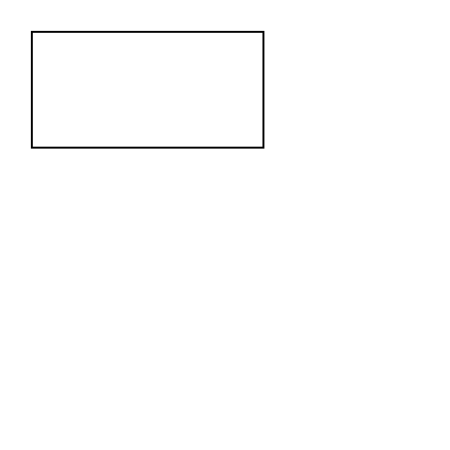
This is 未命名绘图.drawio from pzdogjs/testDraw2, a draw.io file, before an edit. Source tidied: cells renumbered, new cells numbered last; positions are measured from the earlier drawing's top-left corner, leaving out a move shared by most shapes. Both pictures are drawn from the tidied source at 193%, with x=0, y=0 at pixel (31, 31).
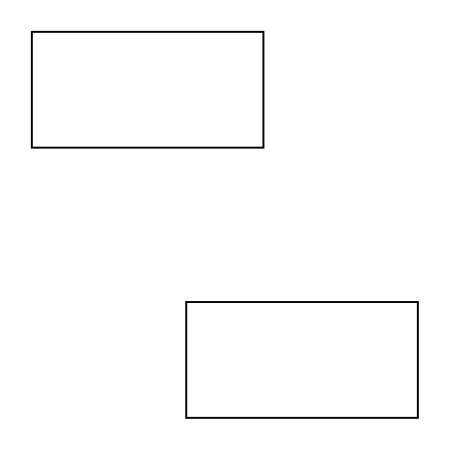
Above is the later version.

Commit message:
更新未命名绘图.drawio

Diff of the diagram source:
```diff
@@
 <mxGraphModel>
   <root>
     <mxCell id="0" />
     <mxCell id="1" parent="0" />
     <mxCell id="2" style="rounded=0;whiteSpace=wrap;html=1;" parent="1" vertex="1">
       <mxGeometry width="120" height="60" as="geometry" />
     </mxCell>
+    <mxCell id="3" style="rounded=0;whiteSpace=wrap;html=1;" parent="1" vertex="1">
+      <mxGeometry x="80" y="140" width="120" height="60" as="geometry" />
+    </mxCell>
   </root>
 </mxGraphModel>
```
